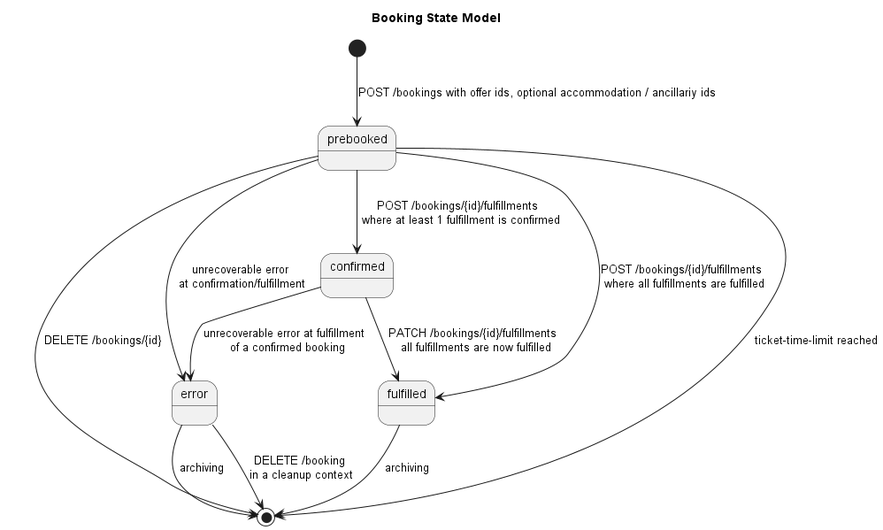
Above: images/models/booking-state-model.png in UnionInternationalCheminsdeFer/OSDM (PlantUML), before the change.
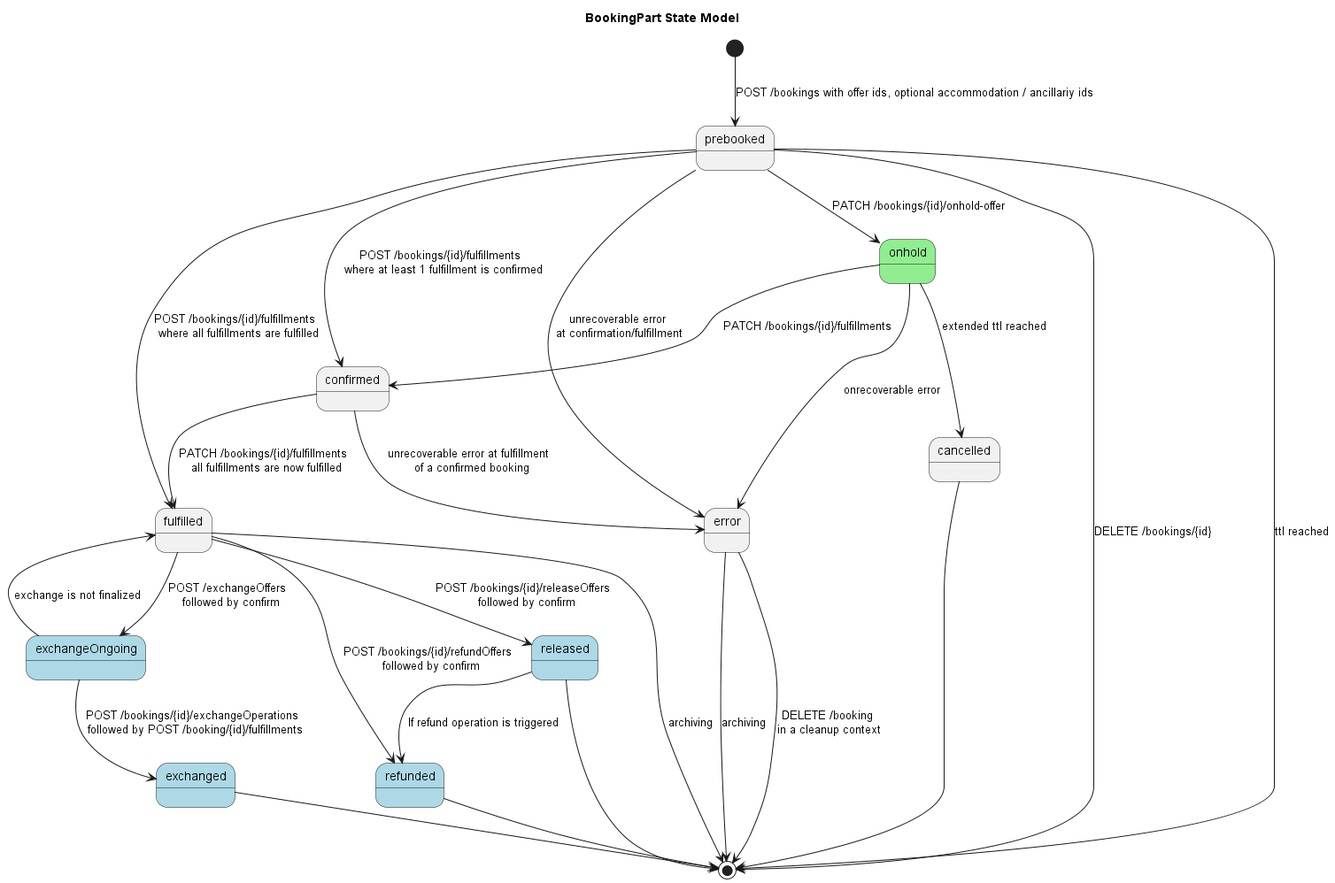
Above is the later version.

Commit message:
update BookingPart state model

What changed in the source:
```diff
@@ -1,16 +1,46 @@
 @startuml
 
-title "Booking State Model"
+title "BookingPart State Model"
+
+state onhold #LightGreen
+
+state refunded #LightBlue
+state released #LightBlue
+state exchangeOngoing #LightBlue
+state exchanged #LightBlue
 
 [*] --> prebooked : POST /bookings with offer ids, optional accommodation / ancillariy ids
 prebooked --> confirmed: POST /bookings/{id}/fulfillments \n where at least 1 fulfillment is confirmed
 prebooked --> [*]: DELETE /bookings/{id}
-prebooked --> [*]: ticket-time-limit reached
+prebooked --> [*]: ttl reached
 prebooked --> error: unrecoverable error \nat confirmation/fulfillment
 prebooked --> fulfilled: POST /bookings/{id}/fulfillments \n where all fulfillments are fulfilled
+prebooked --> onhold: PATCH /bookings/{id}/onhold-offer
+
+onhold --> confirmed: PATCH /bookings/{id}/fulfillments
+onhold --> cancelled: extended ttl reached
+onhold --> error: onrecoverable error
+
 confirmed --> fulfilled: PATCH /bookings/{id}/fulfillments \n all fulfillments are now fulfilled
 confirmed --> error: unrecoverable error at fulfillment \n of a confirmed booking
+
+fulfilled --> refunded: POST /bookings/{id}/refundOffers \n followed by confirm
+fulfilled --> exchangeOngoing: POST /exchangeOffers \n followed by confirm
+fulfilled --> released: POST /bookings/{id}/releaseOffers \n followed by confirm
 fulfilled --> [*] : archiving
+
+cancelled --> [*]
+
+refunded --> [*]
+
+exchangeOngoing --> exchanged: POST /bookings/{id}/exchangeOperations \n followed by POST /booking/{id}/fulfillments
+exchangeOngoing --> fulfilled: exchange is not finalized
+
+exchanged --> [*]
+
+released --> refunded: If refund operation is triggered
+released --> [*]
+
 error --> [*] : DELETE /booking \nin a cleanup context
 error --> [*] : archiving
 
```
